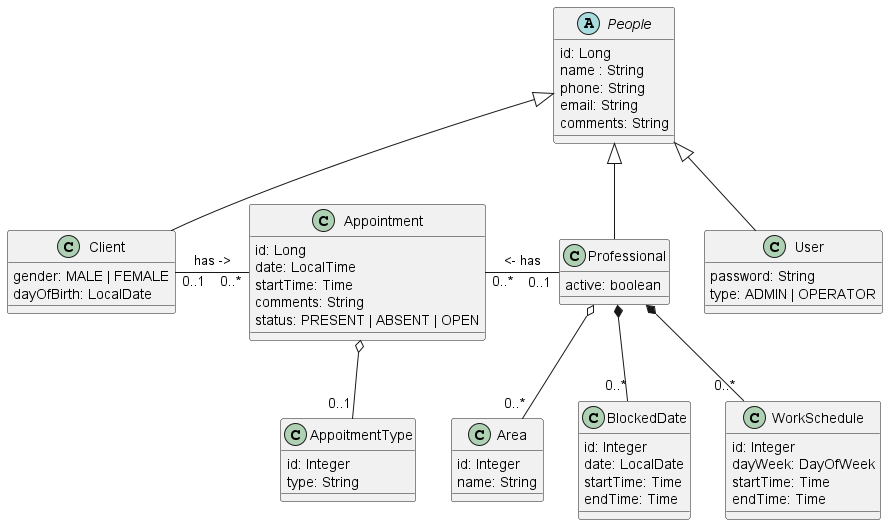
Earlier version of the PlantUML export out/docs/classes/Modelo conceitual.png (glaucotodesco/bootcamp-agenda).
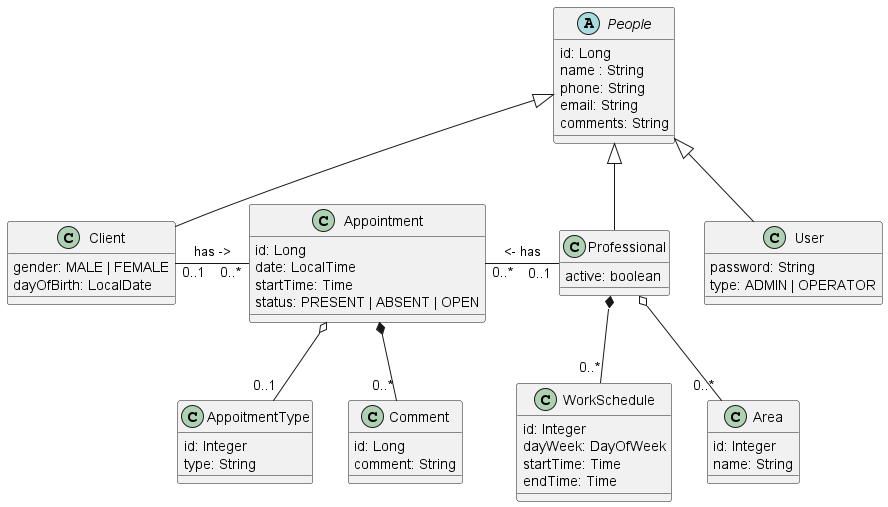
The same file after the commit.

The edit, as a diff of the source:
```diff
@@ -23,6 +23,10 @@
     type: String
 }
 
+class Comment {
+    id: Long
+    comment: String
+}
 class WorkSchedule {
     id: Integer
     dayWeek: DayOfWeek
@@ -39,16 +43,9 @@
     id: Long
     date: LocalTime
     startTime: Time
-    comments: String
     status: PRESENT | ABSENT | OPEN
 }
 
-class BlockedDate {
-    id: Integer
-    date: LocalDate
-    startTime: Time
-    endTime: Time
-}
 
 class User {
     password: String
@@ -61,10 +58,10 @@
 People              <|--            User
 Professional        o--     "0..*"  Area
 Professional        *--     "0..*"  WorkSchedule
-Professional        *--     "0..*"  BlockedDate
 Appointment         o--     "0..1"  AppoitmentType
 Appointment "0..*"  -l-     "0..1"  Client            : has ->
 Appointment "0..*"  -r-     "0..1"  Professional      : <- has
+Appointment         *--     "0..*"  Comment
 
 
 
```
